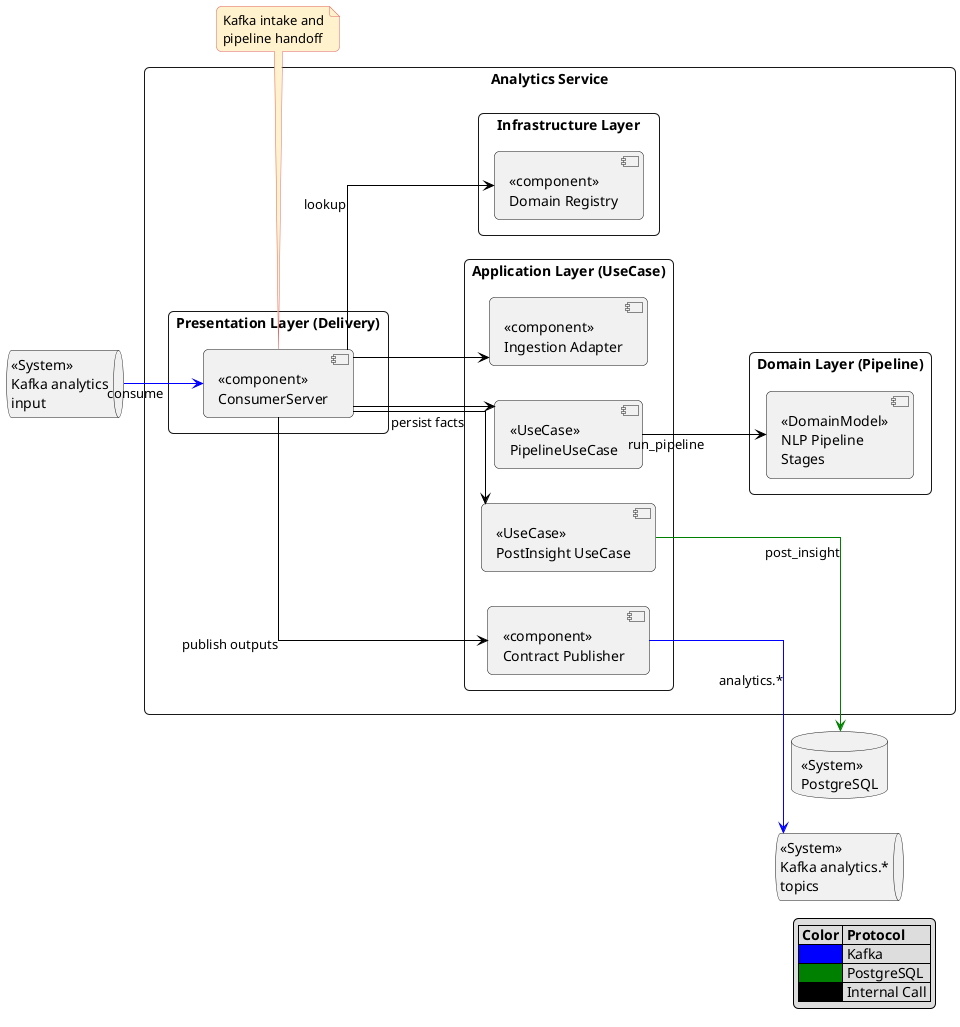
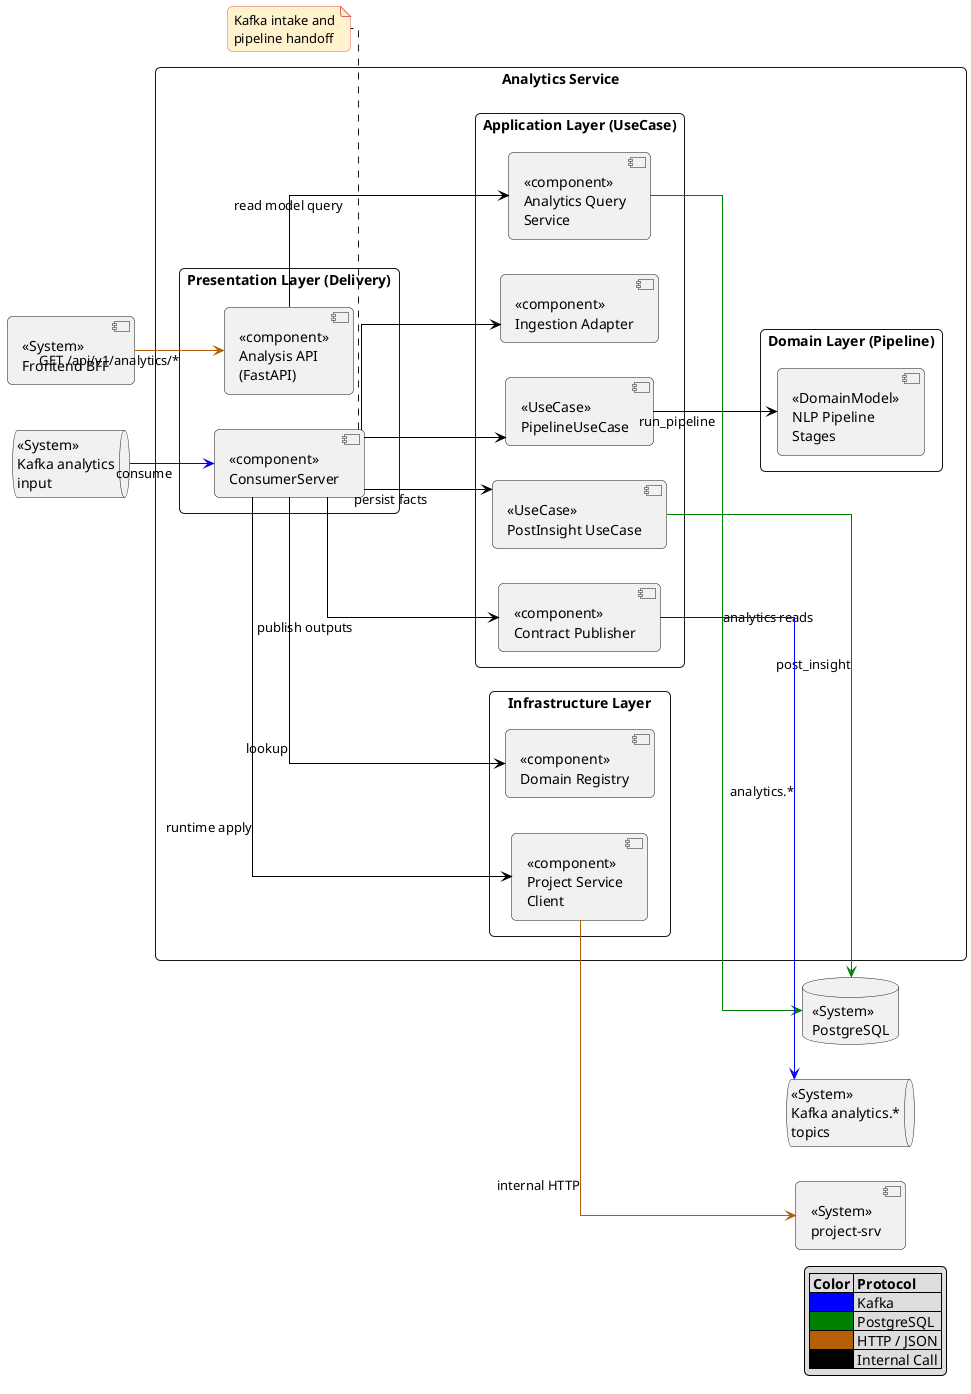
@startuml
skinparam defaultFontName Arial
skinparam shadowing false
skinparam componentStyle uml2
skinparam packageStyle rectangle
skinparam roundcorner 10
skinparam linetype ortho
skinparam noteBackgroundColor #FFF2CC
skinparam noteBorderColor #E06666
left to right direction

rectangle "Analytics Service" {
  package "Presentation Layer (Delivery)" {
+     component "«component»\nAnalysis API\n(FastAPI)" as an_api
    component "«component»\nConsumerServer" as an_consumer
  }

  package "Application Layer (UseCase)" {
+     component "«component»\nAnalytics Query\nService" as an_query
    component "«component»\nIngestion Adapter" as an_adapter
    component "«UseCase»\nPipelineUseCase" as an_pipeline
    component "«UseCase»\nPostInsight UseCase" as an_post
    component "«component»\nContract Publisher" as an_pub
  }

  package "Domain Layer (Pipeline)" {
    component "«DomainModel»\nNLP Pipeline\nStages" as an_stages
  }

  package "Infrastructure Layer" {
    component "«component»\nDomain Registry" as an_domain
+     component "«component»\nProject Service\nClient" as an_project_client
  }
}

+ component "«System»\nFrontend BFF" as an_fe
queue "«System»\nKafka analytics\ninput" as an_in
database "«System»\nPostgreSQL" as an_pg
queue "«System»\nKafka analytics.*\ntopics" as an_out
+ component "«System»\nproject-srv" as an_project

+ an_fe -[#B45F06]-> an_api : GET /api/v1/analytics/*
+ an_api -[#000000]-> an_query : read model query
+ an_query -[#008000]-> an_pg : analytics reads
an_in -[#0000FF]-> an_consumer : consume
an_consumer -[#000000]-> an_domain : lookup
an_consumer -[#000000]-> an_adapter
an_consumer -[#000000]-> an_pipeline
an_pipeline -[#000000]-> an_stages : run_pipeline
an_consumer -[#000000]-> an_post : persist facts
an_post -[#008000]-> an_pg : post_insight
an_consumer -[#000000]-> an_pub : publish outputs
an_pub -[#0000FF]-> an_out : analytics.*
+ an_consumer -[#000000]-> an_project_client : runtime apply
+ an_project_client -[#B45F06]-> an_project : internal HTTP

note bottom of an_consumer
Kafka intake and
pipeline handoff
end note

legend right
|= Color |= Protocol |
|<#0000FF>  | Kafka |
|<#008000>  | PostgreSQL |
+ |<#B45F06>  | HTTP / JSON |
|<#000000>  | Internal Call |
endlegend
@enduml
